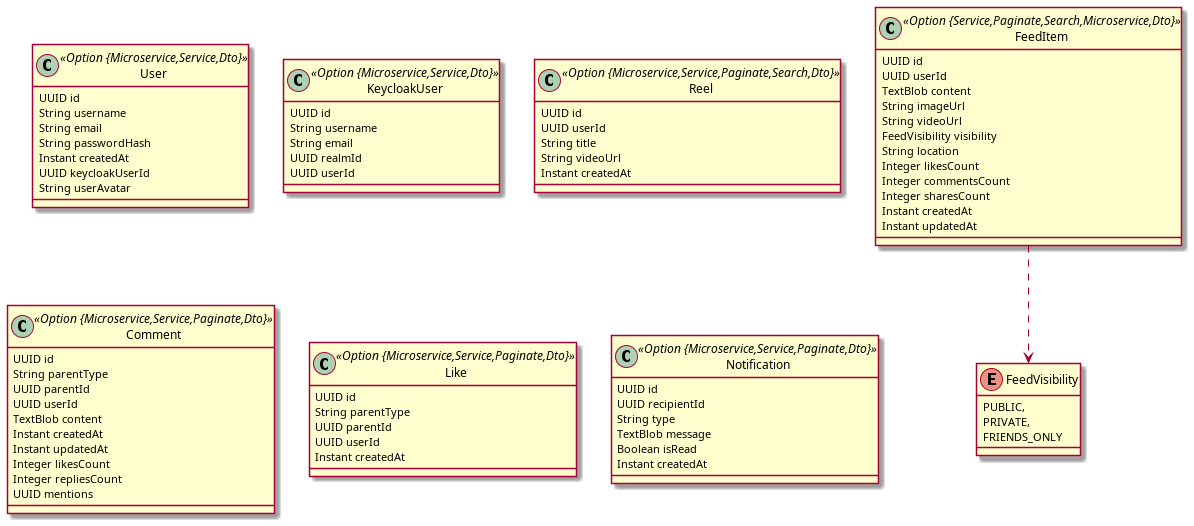
This is docs/jdl/app.png from phungle2508/AppF4, a PlantUML export, as it was before one commit.
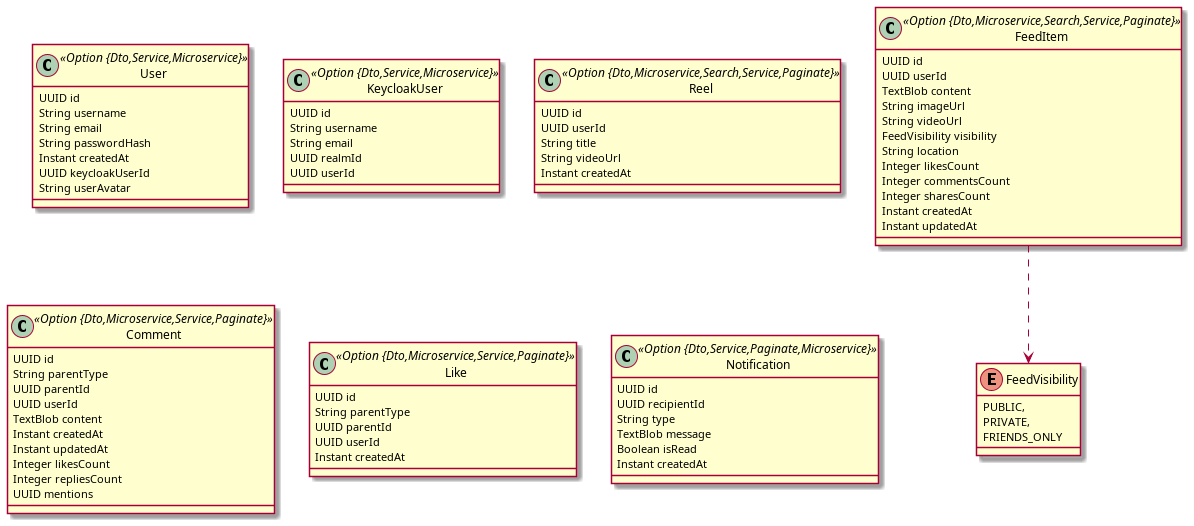
After the commit.

Change to the diagram source:
```diff
@@ -5,7 +5,7 @@
 		PRIVATE,
 		FRIENDS_ONLY
 	}
-	class User <<Option {Microservice,Service,Dto}>> {
+	class User <<Option {Dto,Service,Microservice}>> {
 		UUID id
 		String username
 		String email
@@ -14,21 +14,21 @@
 		UUID keycloakUserId
 		String userAvatar
 	}
-	class KeycloakUser <<Option {Microservice,Service,Dto}>> {
+	class KeycloakUser <<Option {Dto,Service,Microservice}>> {
 		UUID id
 		String username
 		String email
 		UUID realmId
 		UUID userId
 	}
-	class Reel <<Option {Microservice,Service,Paginate,Search,Dto}>> {
+	class Reel <<Option {Dto,Microservice,Search,Service,Paginate}>> {
 		UUID id
 		UUID userId
 		String title
 		String videoUrl
 		Instant createdAt
 	}
-	class Comment <<Option {Microservice,Service,Paginate,Dto}>> {
+	class Comment <<Option {Dto,Microservice,Service,Paginate}>> {
 		UUID id
 		String parentType
 		UUID parentId
@@ -40,14 +40,14 @@
 		Integer repliesCount
 		UUID mentions
 	}
-	class Like <<Option {Microservice,Service,Paginate,Dto}>> {
+	class Like <<Option {Dto,Microservice,Service,Paginate}>> {
 		UUID id
 		String parentType
 		UUID parentId
 		UUID userId
 		Instant createdAt
 	}
-	class Notification <<Option {Microservice,Service,Paginate,Dto}>> {
+	class Notification <<Option {Dto,Service,Paginate,Microservice}>> {
 		UUID id
 		UUID recipientId
 		String type
@@ -55,7 +55,7 @@
 		Boolean isRead
 		Instant createdAt
 	}
-	class FeedItem <<Option {Service,Paginate,Search,Microservice,Dto}>> {
+	class FeedItem <<Option {Dto,Microservice,Search,Service,Paginate}>> {
 		UUID id
 		UUID userId
 		TextBlob content
```
